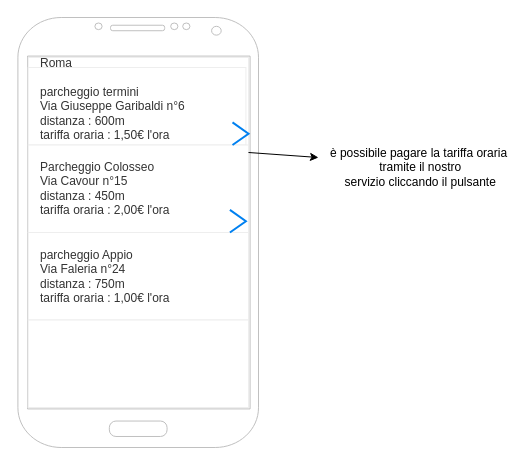
Before: Wireframe.drawio in Marcociocci/2020-21-webdesign-verifica, a draw.io diagram. Source tidied: cells renumbered, new cells numbered last; positions are measured from the earlier drawing's top-left corner, leaving out a move shared by most shapes. Both pictures are drawn from the tidied source at 100%, with x=0, y=0 at pixel (17, 17).
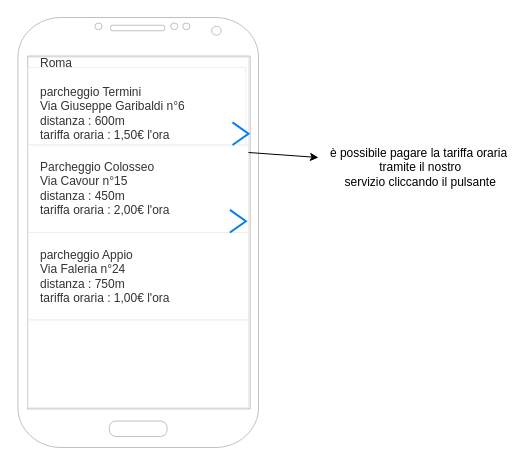
The same page after the edit.

What changed in the source:
```diff
@@
 <mxGraphModel>
   <root>
     <mxCell id="0" />
     <mxCell id="1" parent="0" />
     <mxCell id="2" style="verticalLabelPosition=bottom;verticalAlign=top;html=1;shadow=0;dashed=0;strokeWidth=1;shape=mxgraph.android.phone2;strokeColor=#c0c0c0;" parent="1" vertex="1">
       <mxGeometry x="0.4" width="240.6" height="430" as="geometry" />
     </mxCell>
     <mxCell id="3" style="strokeWidth=1;html=1;shadow=0;dashed=0;shape=mxgraph.android.rrect;rSize=0;strokeColor=#eeeeee;fillColor=#ffffff;gradientColor=none;" parent="1" vertex="1">
       <mxGeometry x="10.7" y="40" width="220.3" height="350" as="geometry" />
     </mxCell>
-    <mxCell id="4" value="&lt;font style=&quot;font-size: 12px&quot;&gt;Roma&lt;br&gt;&lt;br&gt;parcheggio termini&lt;br&gt;Via Giuseppe Garibaldi n°6&lt;br&gt;distanza : 600m&lt;br&gt;tariffa oraria : 1,50€ l'ora&amp;nbsp;&lt;br&gt;&lt;br&gt;&lt;/font&gt;" style="strokeColor=inherit;fillColor=inherit;gradientColor=inherit;strokeWidth=1;html=1;shadow=0;dashed=0;shape=mxgraph.android.rrect;rSize=0;align=left;spacingLeft=10;fontSize=8;fontColor=#333333;" parent="3" vertex="1">
+    <mxCell id="4" value="&lt;font style=&quot;font-size: 12px&quot;&gt;Roma&lt;br&gt;&lt;br&gt;parcheggio Termini&lt;br&gt;Via Giuseppe Garibaldi n°6&lt;br&gt;distanza : 600m&lt;br&gt;tariffa oraria : 1,50€ l'ora&amp;nbsp;&lt;br&gt;&lt;br&gt;&lt;/font&gt;" style="strokeColor=inherit;fillColor=inherit;gradientColor=inherit;strokeWidth=1;html=1;shadow=0;dashed=0;shape=mxgraph.android.rrect;rSize=0;align=left;spacingLeft=10;fontSize=8;fontColor=#333333;" parent="3" vertex="1">
       <mxGeometry y="10" width="217.7" height="77.5" as="geometry" />
     </mxCell>
     <mxCell id="5" value="&lt;font style=&quot;font-size: 12px&quot;&gt;Parcheggio Colosseo&lt;br&gt;Via Cavour n°15&lt;br&gt;distanza : 450m&lt;br&gt;tariffa oraria : 2,00€ l'ora&lt;br&gt;&lt;/font&gt;" style="strokeColor=inherit;fillColor=inherit;gradientColor=inherit;strokeWidth=1;html=1;shadow=0;dashed=0;shape=mxgraph.android.rrect;rSize=0;align=left;spacingLeft=10;fontSize=8;fontColor=#333333;" parent="3" vertex="1">
       <mxGeometry y="87.5" width="220.3" height="87.5" as="geometry" />
     </mxCell>
     <mxCell id="6" value="&lt;font&gt;&lt;font style=&quot;font-size: 12px&quot;&gt;parcheggio Appio&lt;br&gt;Via Faleria n°24&lt;br&gt;distanza : 750m&lt;br&gt;&lt;/font&gt;&lt;font style=&quot;font-size: 12px&quot;&gt;tariffa oraria : 1,00€ l'ora&lt;/font&gt;&lt;br&gt;&lt;/font&gt;" style="strokeColor=inherit;fillColor=inherit;gradientColor=inherit;strokeWidth=1;html=1;shadow=0;dashed=0;shape=mxgraph.android.rrect;rSize=0;align=left;spacingLeft=10;fontSize=8;fontColor=#333333;" parent="3" vertex="1">
       <mxGeometry y="175" width="220.3" height="87.5" as="geometry" />
     </mxCell>
     <mxCell id="7" value="&lt;font style=&quot;font-size: 14px&quot;&gt;&lt;br&gt;&lt;/font&gt;" style="strokeColor=inherit;fillColor=inherit;gradientColor=inherit;strokeWidth=1;html=1;shadow=0;dashed=0;shape=mxgraph.android.rrect;rSize=0;align=left;spacingLeft=10;fontSize=8;fontColor=#333333;" parent="3" vertex="1">
       <mxGeometry y="262.5" width="220.3" height="87.5" as="geometry" />
     </mxCell>
     <mxCell id="8" style="html=1;verticalLabelPosition=bottom;labelBackgroundColor=#ffffff;verticalAlign=top;shadow=0;dashed=0;strokeWidth=2;shape=mxgraph.ios7.misc.right;strokeColor=#0080f0;" parent="3" vertex="1">
       <mxGeometry x="204.3" y="64.9" width="16" height="22.6" as="geometry" />
     </mxCell>
     <mxCell id="9" style="html=1;verticalLabelPosition=bottom;labelBackgroundColor=#ffffff;verticalAlign=top;shadow=0;dashed=0;strokeWidth=2;shape=mxgraph.ios7.misc.right;strokeColor=#0080f0;" parent="3" vertex="1">
       <mxGeometry x="201.7" y="152.4" width="16" height="22.6" as="geometry" />
     </mxCell>
     <mxCell id="10" value="è possibile pagare la tariffa oraria&lt;br&gt;&amp;nbsp;tramite il nostro&lt;br&gt;&amp;nbsp;servizio cliccando il pulsante" style="text;html=1;align=center;verticalAlign=middle;" parent="1" vertex="1">
       <mxGeometry x="306" y="125" width="190" height="50" as="geometry" />
     </mxCell>
     <mxCell id="11" style="endArrow=classic;html=1;" parent="1" edge="1">
       <mxGeometry relative="1" as="geometry">
         <mxPoint x="231" y="135" as="sourcePoint" />
         <mxPoint x="301" y="140" as="targetPoint" />
       </mxGeometry>
     </mxCell>
   </root>
 </mxGraphModel>
```
